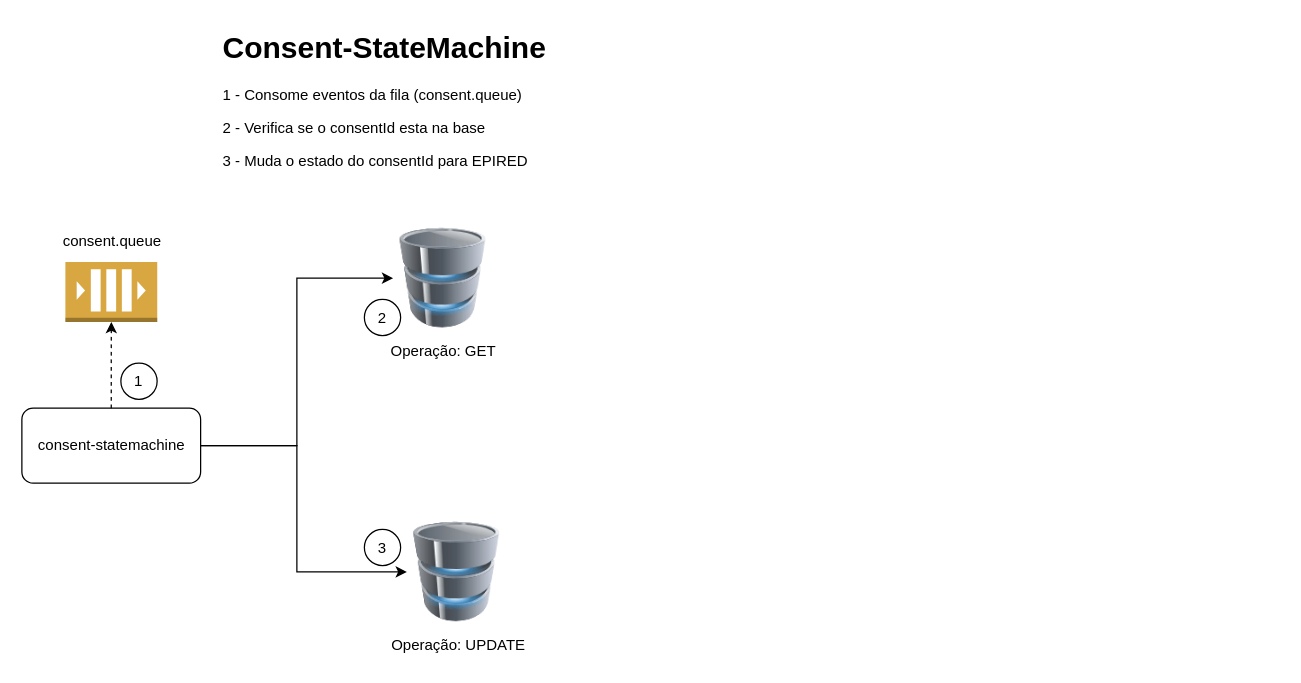
diegosena7/state-machine-example keeps this draw.io diagram as consent-statemachine.drawio. Above is the earlier version. Source tidied: cells renumbered, new cells numbered last; positions are measured from the earlier drawing's top-left corner, leaving out a move shared by most shapes. Both pictures are drawn from the tidied source at 125%, with x=0, y=0 at pixel (21, 21).
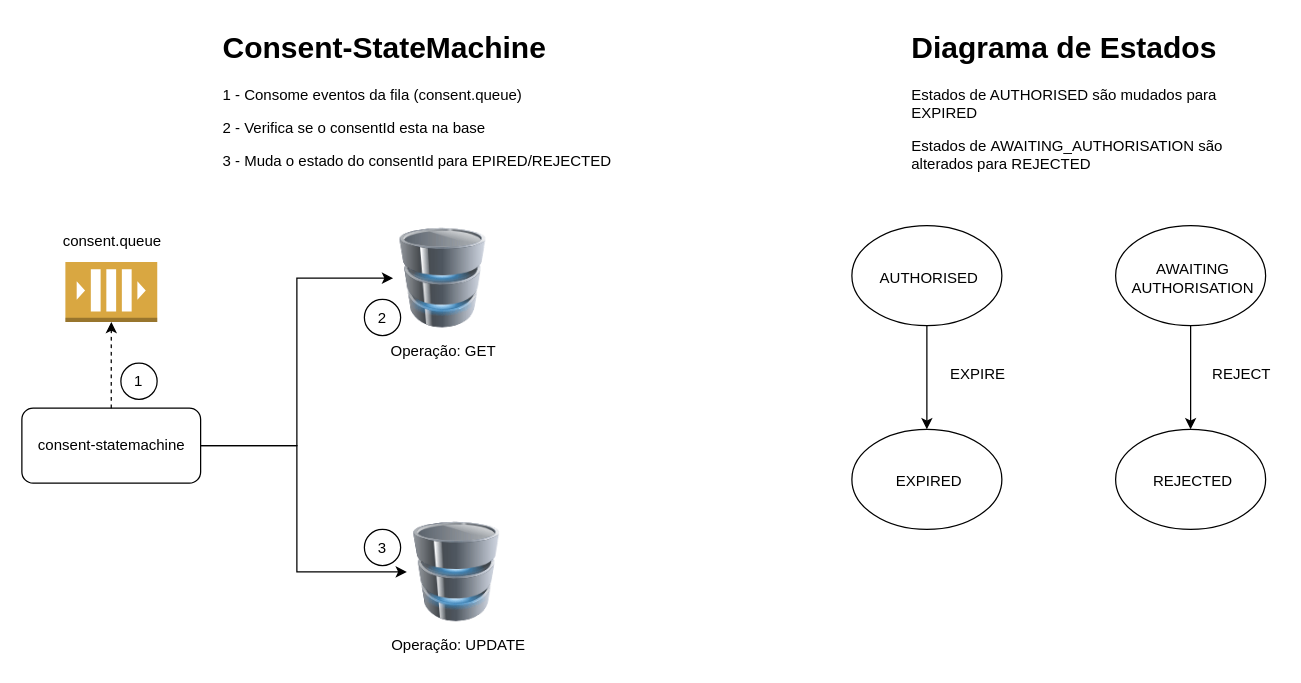
The same page after the edit.

The edit, as a diff of the source:
```diff
@@
-    <mxCell id="10" value="&lt;h1 style=&quot;margin-top: 0px;&quot;&gt;Consent-StateMachine&lt;/h1&gt;&lt;p&gt;1 - Consome eventos da fila (consent.queue)&lt;/p&gt;&lt;p&gt;2 - Verifica se o consentId esta na base&lt;/p&gt;&lt;p&gt;3 - Muda o estado do consentId para EPIRED&lt;/p&gt;" style="text;html=1;whiteSpace=wrap;overflow=hidden;rounded=0;" parent="1" vertex="1">
-      <mxGeometry x="159" width="292" height="120" as="geometry" />
+    <mxCell id="10" value="&lt;h1 style=&quot;margin-top: 0px;&quot;&gt;Consent-StateMachine&lt;/h1&gt;&lt;p&gt;1 - Consome eventos da fila (consent.queue)&lt;/p&gt;&lt;p&gt;2 - Verifica se o consentId esta na base&lt;/p&gt;&lt;p&gt;3 - Muda o estado do consentId para EPIRED/REJECTED&lt;/p&gt;" style="text;html=1;whiteSpace=wrap;overflow=hidden;rounded=0;" parent="1" vertex="1">
+      <mxGeometry x="159" width="336" height="120" as="geometry" />
     </mxCell>
@@
+    <mxCell id="17" style="edgeStyle=orthogonalEdgeStyle;rounded=0;jettySize=auto;html=1;exitX=0.5;exitY=1;exitDx=0;exitDy=0;" parent="1" edge="1" source="18" target="20">
+      <mxGeometry relative="1" as="geometry" />
+    </mxCell>
+    <mxCell id="18" style="ellipse;whiteSpace=wrap;html=1;fillColor=none;" parent="1" vertex="1">
+      <mxGeometry x="664" y="163" width="120" height="80" as="geometry" />
+    </mxCell>
+    <mxCell id="19" value="AUTHORISED" style="text;html=1;align=center;verticalAlign=middle;whiteSpace=wrap;rounded=0;" parent="1" vertex="1">
+      <mxGeometry x="696" y="190" width="60" height="30" as="geometry" />
+    </mxCell>
+    <mxCell id="20" style="ellipse;whiteSpace=wrap;html=1;fillColor=none;" parent="1" vertex="1">
+      <mxGeometry x="664" y="326" width="120" height="80" as="geometry" />
+    </mxCell>
+    <mxCell id="21" value="EXPIRED" style="text;html=1;align=center;verticalAlign=middle;whiteSpace=wrap;rounded=0;" parent="1" vertex="1">
+      <mxGeometry x="696" y="353" width="60" height="30" as="geometry" />
+    </mxCell>
+    <mxCell id="22" value="EXPIRE" style="text;html=1;align=center;verticalAlign=middle;whiteSpace=wrap;rounded=0;" parent="1" vertex="1">
+      <mxGeometry x="735" y="267" width="60" height="30" as="geometry" />
+    </mxCell>
+    <mxCell id="23" style="edgeStyle=orthogonalEdgeStyle;rounded=0;jettySize=auto;html=1;exitX=0.5;exitY=1;exitDx=0;exitDy=0;" parent="1" edge="1" source="24" target="26">
+      <mxGeometry relative="1" as="geometry" />
+    </mxCell>
+    <mxCell id="24" style="ellipse;whiteSpace=wrap;html=1;fillColor=none;" parent="1" vertex="1">
+      <mxGeometry x="875" y="163" width="120" height="80" as="geometry" />
+    </mxCell>
+    <mxCell id="25" value="AWAITING&lt;div&gt;AUTHORISATION&lt;/div&gt;" style="text;html=1;align=center;verticalAlign=middle;whiteSpace=wrap;rounded=0;" parent="1" vertex="1">
+      <mxGeometry x="907" y="190" width="60" height="30" as="geometry" />
+    </mxCell>
+    <mxCell id="26" style="ellipse;whiteSpace=wrap;html=1;fillColor=none;" parent="1" vertex="1">
+      <mxGeometry x="875" y="326" width="120" height="80" as="geometry" />
+    </mxCell>
+    <mxCell id="27" value="REJECTED" style="text;html=1;align=center;verticalAlign=middle;whiteSpace=wrap;rounded=0;" parent="1" vertex="1">
+      <mxGeometry x="907" y="353" width="60" height="30" as="geometry" />
+    </mxCell>
+    <mxCell id="28" value="REJECT" style="text;html=1;align=center;verticalAlign=middle;whiteSpace=wrap;rounded=0;" parent="1" vertex="1">
+      <mxGeometry x="946" y="267" width="60" height="30" as="geometry" />
+    </mxCell>
+    <mxCell id="29" value="&lt;h1 style=&quot;margin-top: 0px;&quot;&gt;Diagrama de Estados&lt;/h1&gt;&lt;p&gt;Estados de AUTHORISED são mudados para EXPIRED&lt;/p&gt;&lt;p&gt;Estados de&amp;nbsp;&lt;span style=&quot;text-align: center; background-color: transparent; color: light-dark(rgb(0, 0, 0), rgb(255, 255, 255)); --darkreader-inline-bgcolor: transparent; --darkreader-inline-color: var(--darkreader-text-000000, #e8e6e3);&quot;&gt;AWAITING_&lt;/span&gt;&lt;span style=&quot;text-align: center; background-color: transparent; color: light-dark(rgb(0, 0, 0), rgb(255, 255, 255)); --darkreader-inline-bgcolor: transparent; --darkreader-inline-color: var(--darkreader-text-000000, #e8e6e3);&quot;&gt;AUTHORISATION são alterados para REJECTED&lt;/span&gt;&lt;/p&gt;" style="text;html=1;whiteSpace=wrap;overflow=hidden;rounded=0;" parent="1" vertex="1">
+      <mxGeometry x="710" width="278" height="120" as="geometry" />
+    </mxCell>
```
